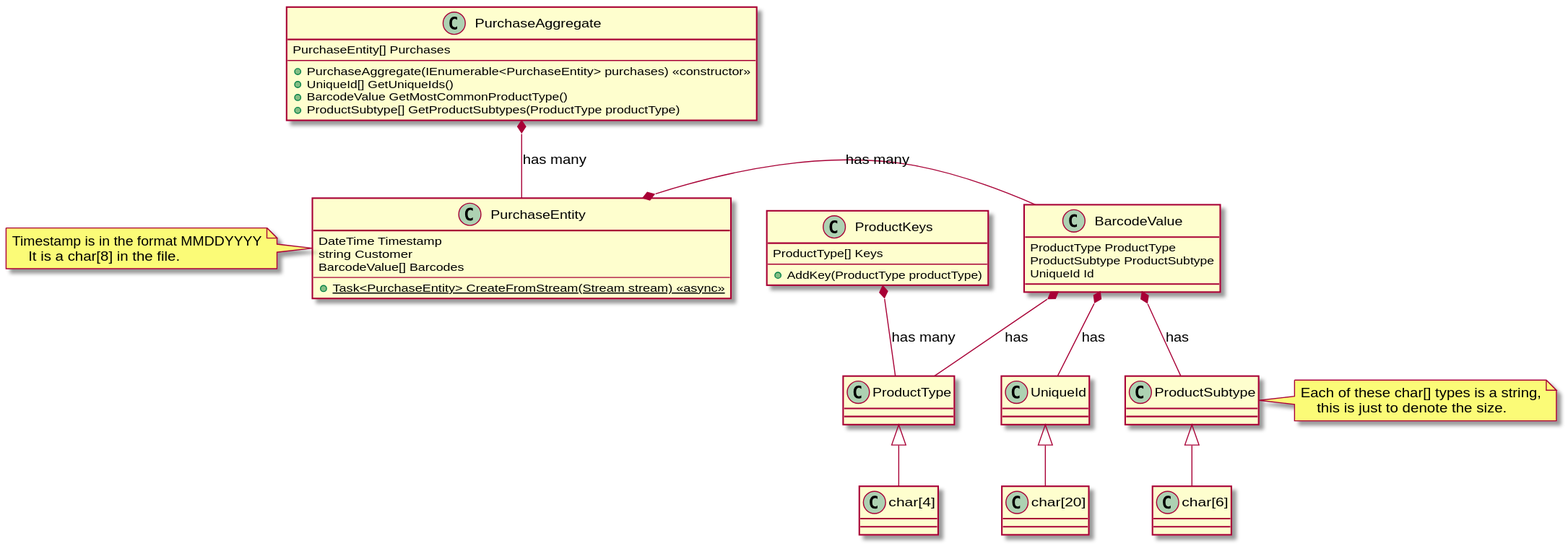
Earlier version of the PlantUML export docs/classStructure.svg (aholmes/2020-InterviewRound3).
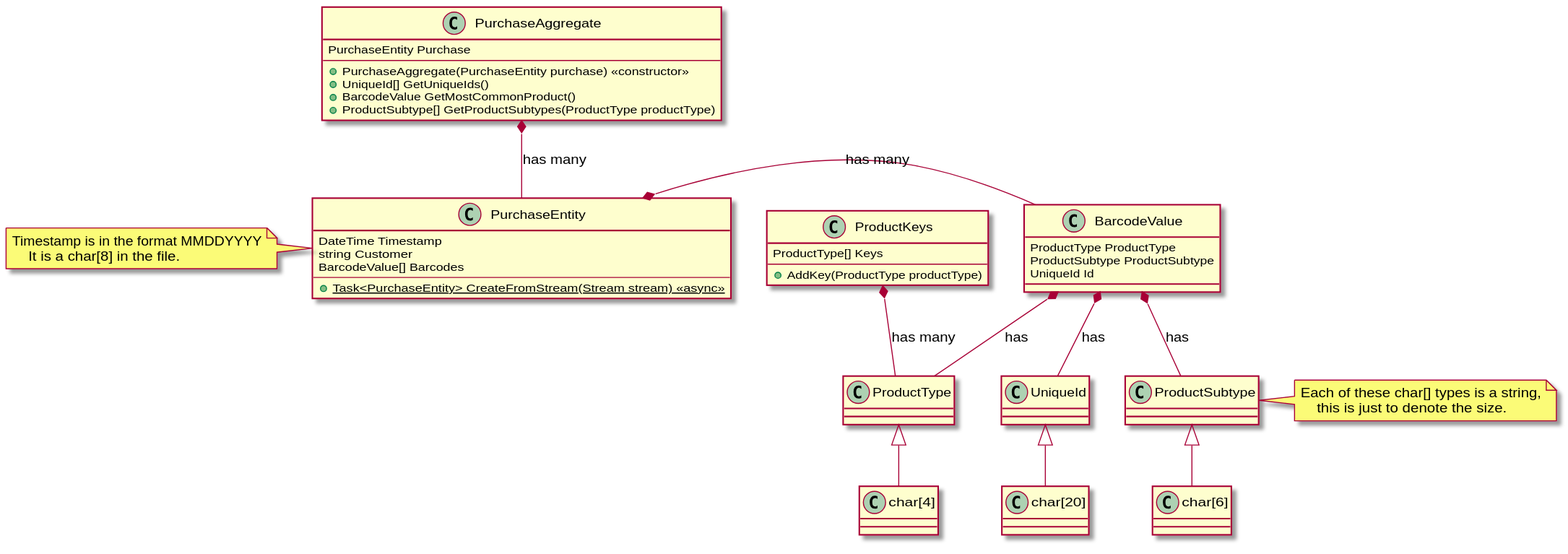
The same diagram one commit later.

Change to the diagram source:
```diff
@@ -19,11 +19,11 @@
 end note
 
 class PurchaseAggregate {
-    PurchaseEntity[] Purchases
+    PurchaseEntity Purchase
     --
-    +PurchaseAggregate(IEnumerable<PurchaseEntity> purchases) <<constructor>>
+    +PurchaseAggregate(PurchaseEntity purchase) <<constructor>>
     +UniqueId[] GetUniqueIds()
-    +BarcodeValue GetMostCommonProductType()
+    +BarcodeValue GetMostCommonProduct()
     +ProductSubtype[] GetProductSubtypes(ProductType productType)
 }
 
```
